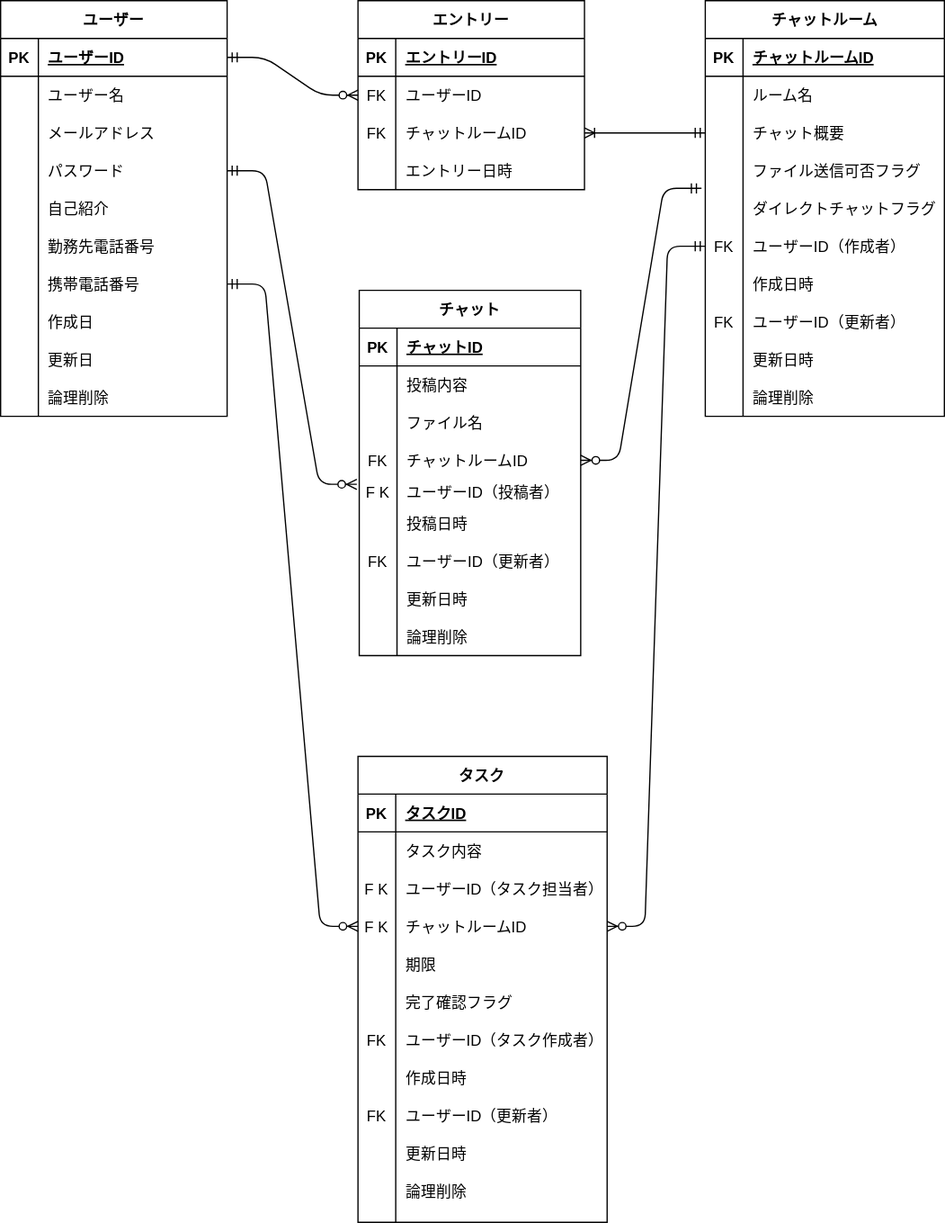
Above: db/db-challenge1/ERDiagram.drawio.svg in Theo08100404/codegym-db (draw.io), before the change. Source tidied: cells renumbered, new cells last; positions are measured from the earlier drawing's top-left corner, leaving out a move shared by most shapes.
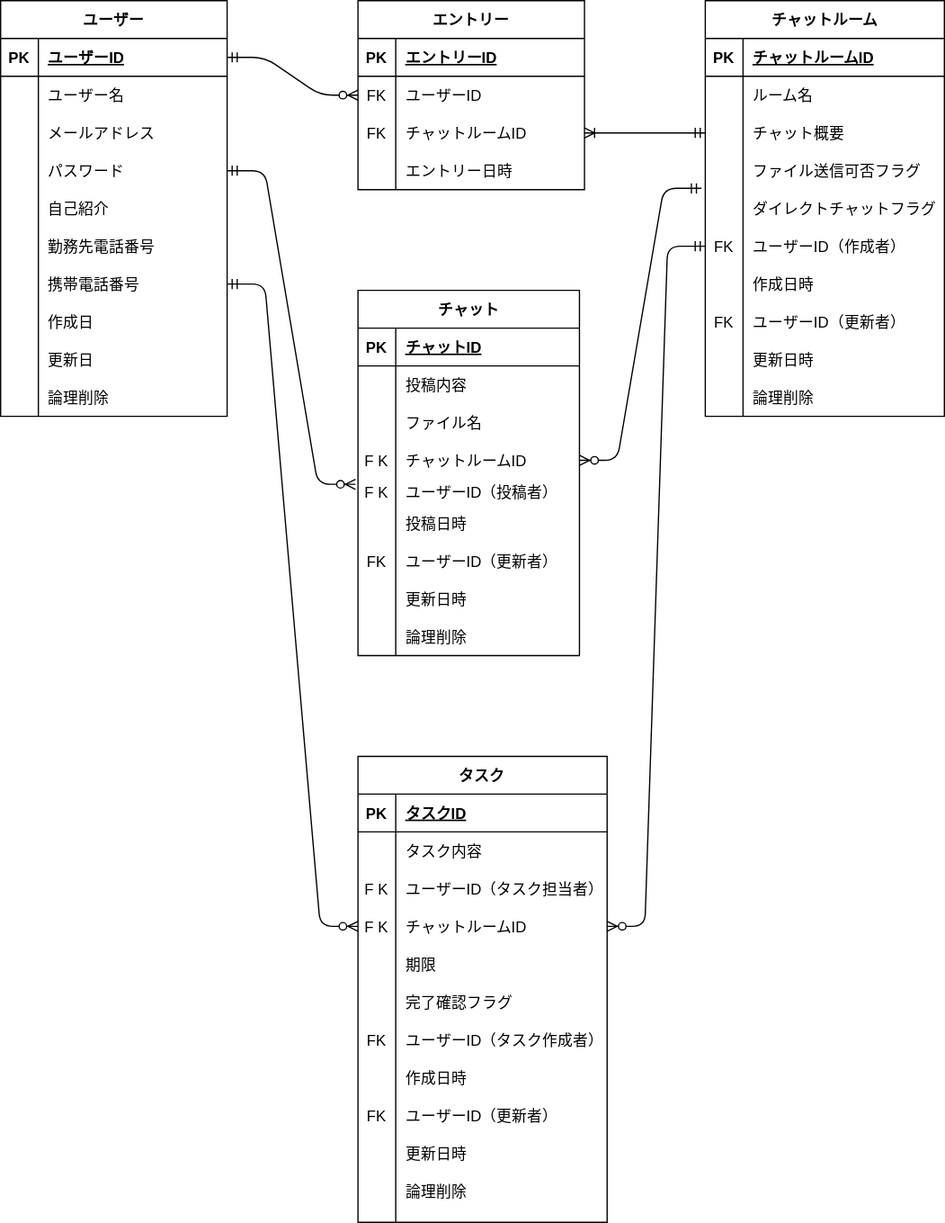
Later version of the same file.

The edit, as a diff of the source:
```diff
@@ -20,7 +20,7 @@
     <mxCell id="7" style="shape=partialRectangle;fillColor=none;top=0;left=0;bottom=0;right=0;overflow=hidden;" parent="6" vertex="1">
       <mxGeometry width="30" height="30" as="geometry" />
     </mxCell>
-    <mxCell id="8" value=" ユーザー名" style="shape=partialRectangle;fillColor=none;top=0;left=0;bottom=0;right=0;align=left;spacingLeft=6;overflow=hidden;" parent="6" vertex="1">
+    <mxCell id="8" value="ユーザー名" style="shape=partialRectangle;fillColor=none;top=0;left=0;bottom=0;right=0;align=left;spacingLeft=6;overflow=hidden;" parent="6" vertex="1">
       <mxGeometry x="30" width="150" height="30" as="geometry" />
     </mxCell>
     <mxCell id="9" style="shape=partialRectangle;fillColor=none;top=0;left=0;bottom=0;right=0;" parent="2" vertex="1">
@@ -291,7 +291,7 @@
       <mxGeometry x="30" width="168" height="30" as="geometry" />
     </mxCell>
     <mxCell id="98" value="チャット" style="shape=table;startSize=30;rowLines=0;fontStyle=1;align=center;" parent="1" vertex="1">
-      <mxGeometry x="285" y="230" width="176" height="290" as="geometry" />
+      <mxGeometry x="284" y="230" width="176" height="290" as="geometry" />
     </mxCell>
     <mxCell id="99" style="shape=partialRectangle;fillColor=none;top=0;left=0;bottom=1;right=0;" parent="98" vertex="1">
       <mxGeometry y="30" width="176" height="30" as="geometry" />
@@ -323,7 +323,7 @@
     <mxCell id="108" style="shape=partialRectangle;fillColor=none;top=0;left=0;bottom=0;right=0;points=[[0,0.5],[1,0.5]];portConstraint=eastwest;" parent="98" vertex="1">
       <mxGeometry y="120" width="176" height="30" as="geometry" />
     </mxCell>
-    <mxCell id="109" value="FK" style="shape=partialRectangle;fillColor=none;top=0;left=0;bottom=0;right=0;overflow=hidden;" parent="108" vertex="1">
+    <mxCell id="109" value="F K" style="shape=partialRectangle;fillColor=none;top=0;left=0;bottom=0;right=0;overflow=hidden;" parent="108" vertex="1">
       <mxGeometry width="30" height="30" as="geometry" />
     </mxCell>
     <mxCell id="110" value="チャットルームID" style="shape=partialRectangle;fillColor=none;top=0;left=0;bottom=0;right=0;align=left;spacingLeft=6;overflow=hidden;" parent="108" vertex="1">
```
